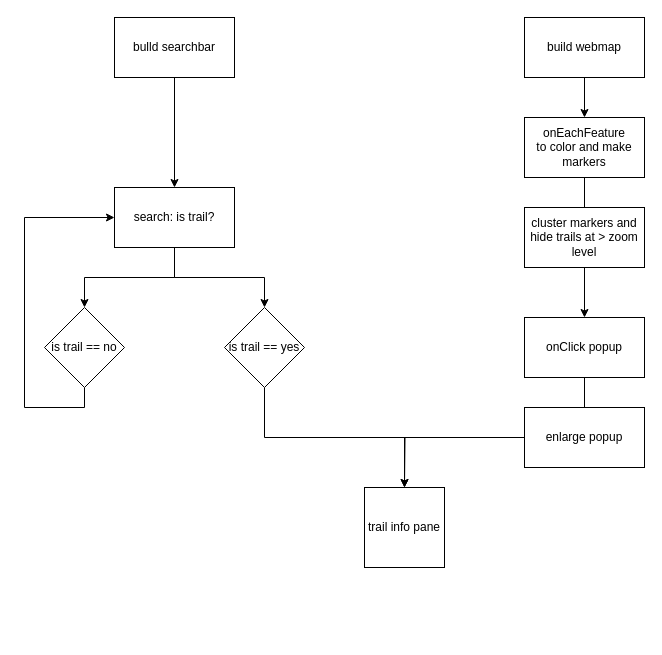
Earlier version of the draw.io diagram final_project.drawio (thelasttenno/Focus_Web_Dev). Source tidied: cells renumbered, new cells numbered last; positions are measured from the earlier drawing's top-left corner, leaving out a move shared by most shapes. Both pictures are drawn from the tidied source at 100%, with x=0, y=0 at pixel (24, 17).
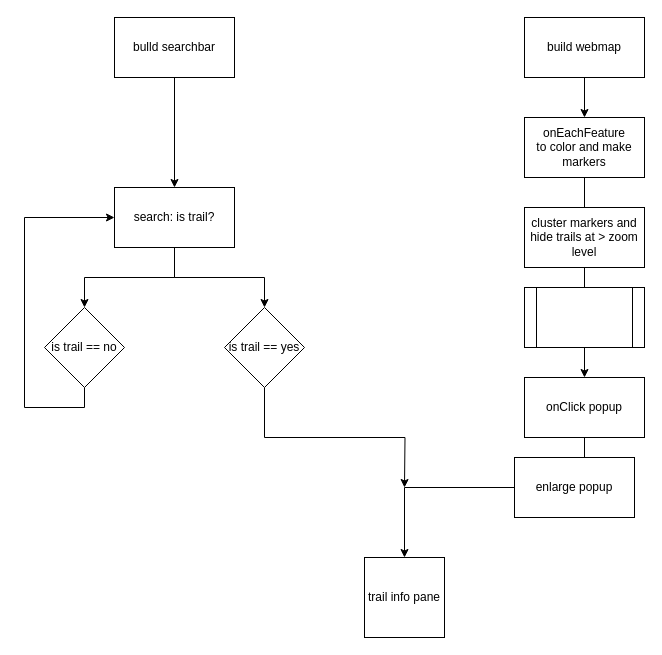
Above is the later version.

The edit, as a diff of the source:
```diff
@@
-    <mxCell id="15" style="edgeStyle=orthogonalEdgeStyle;rounded=0;jettySize=auto;html=1;" parent="1" edge="1" source="16">
+    <mxCell id="15" style="edgeStyle=orthogonalEdgeStyle;rounded=0;jettySize=auto;html=1;entryX=0.5;entryY=0;entryDx=0;entryDy=0;" parent="1" edge="1" source="16" target="17">
       <mxGeometry relative="1" as="geometry">
-        <mxPoint x="380" y="470" as="targetPoint" />
         <Array as="points">
-          <mxPoint x="560" y="420" />
-          <mxPoint x="380" y="420" />
+          <mxPoint x="560" y="470" />
+          <mxPoint x="380" y="470" />
         </Array>
       </mxGeometry>
     </mxCell>
     <mxCell id="16" value="onClick popup" style="rounded=0;whiteSpace=wrap;html=1;" parent="1" vertex="1">
-      <mxGeometry x="500" y="300" width="120" height="60" as="geometry" />
+      <mxGeometry x="500" y="360" width="120" height="60" as="geometry" />
     </mxCell>
     <mxCell id="17" value="trail info pane" style="whiteSpace=wrap;html=1;" parent="1" vertex="1">
-      <mxGeometry x="340" y="470" width="80" height="80" as="geometry" />
+      <mxGeometry x="340" y="540" width="80" height="80" as="geometry" />
     </mxCell>
     <mxCell id="18" value="enlarge popup" style="rounded=0;whiteSpace=wrap;html=1;" parent="1" vertex="1">
-      <mxGeometry x="500" y="390" width="120" height="60" as="geometry" />
+      <mxGeometry x="490" y="440" width="120" height="60" as="geometry" />
     </mxCell>
@@
+    <mxCell id="20" style="shape=process;whiteSpace=wrap;html=1;backgroundOutline=1;" parent="1" vertex="1">
+      <mxGeometry x="500" y="270" width="120" height="60" as="geometry" />
+    </mxCell>
```
